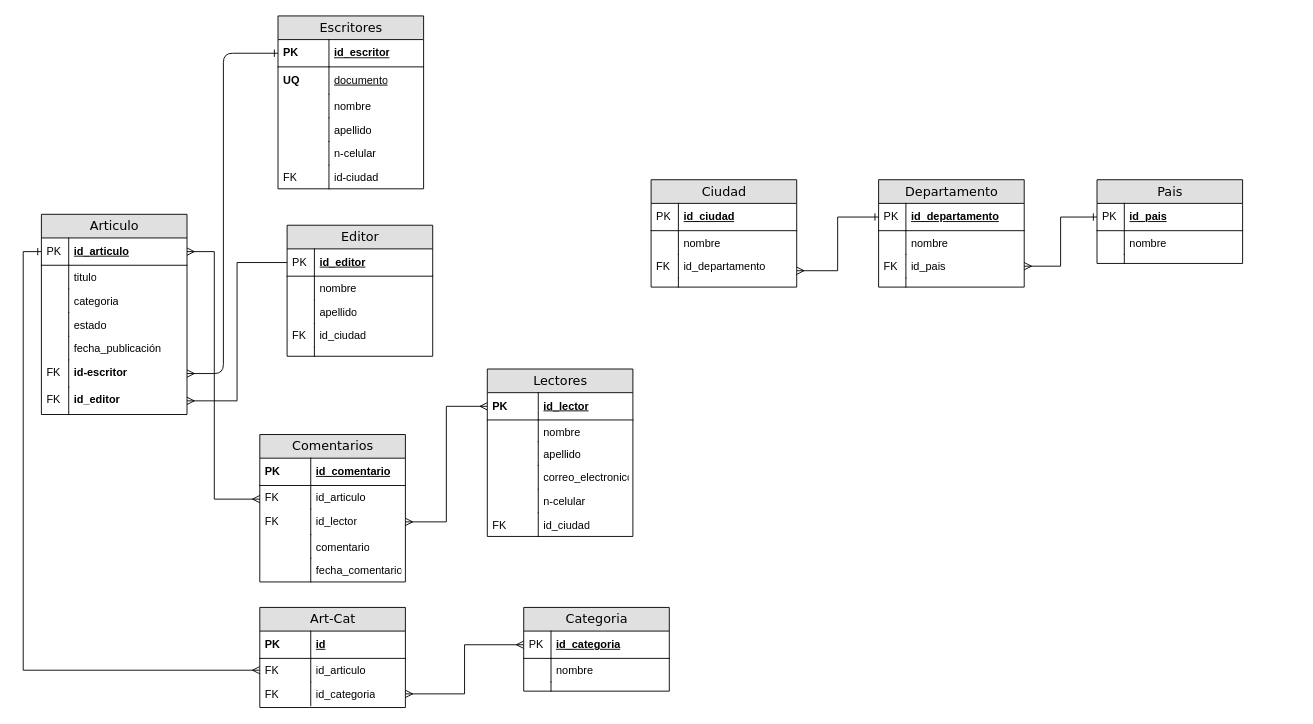
Before: page "Page-1" (1 of 2) of ModeloRelacional2.drawio in Andres-Nicolas/Diagramas, a draw.io diagram. Source tidied: cells renumbered, new cells numbered last; positions are measured from the earlier drawing's top-left corner, leaving out a move shared by most shapes. Both pictures are drawn from the tidied source at 91%, with x=0, y=0 at pixel (41, 15).
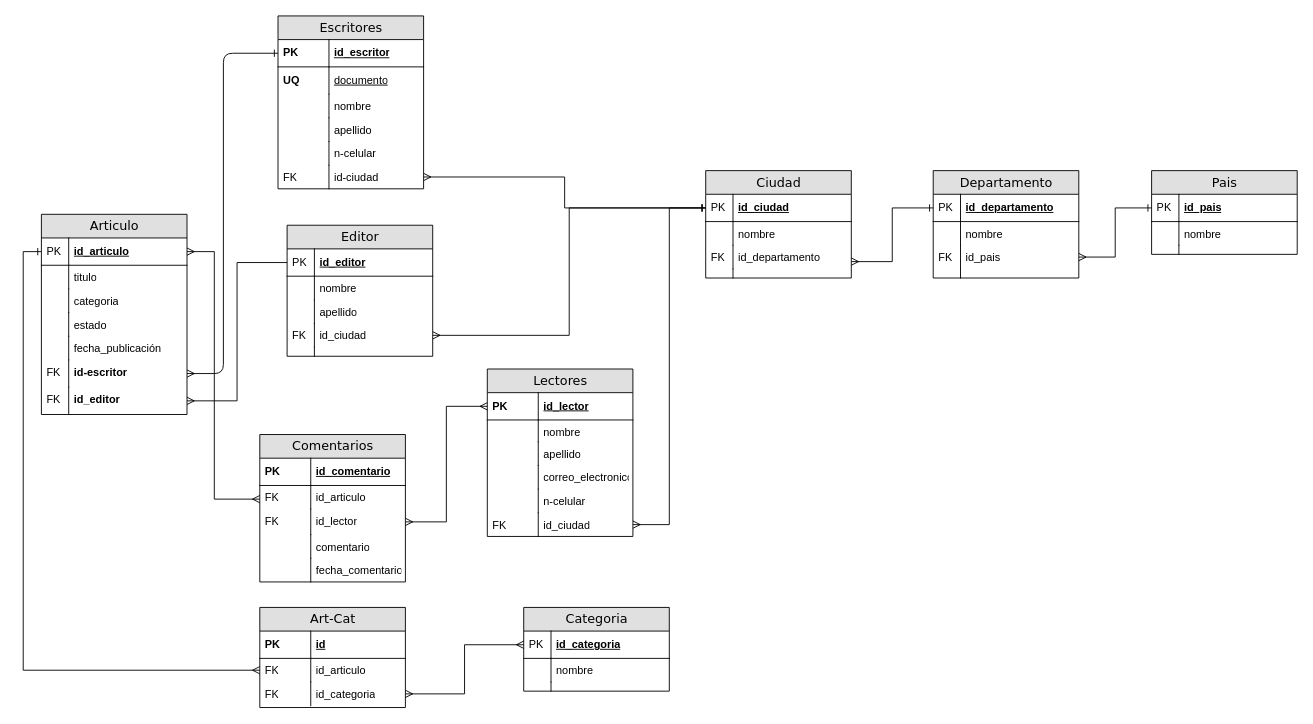
Above is the later version.

The change refers to these unchanged cells:
```xml
<mxCell id="13" value="id-ciudad" style="shape=partialRectangle;top=0;left=0;right=0;bottom=0;html=1;align=left;verticalAlign=top;fillColor=none;spacingLeft=60;spacingRight=4;whiteSpace=wrap;overflow=hidden;points=[[0,0.5],[1,0.5]];portConstraint=eastwest;" parent="2" vertex="1">
  <mxGeometry y="164" width="160" height="26" as="geometry" />
</mxCell>
<mxCell id="29" value="id_ciudad" style="shape=partialRectangle;top=0;left=0;right=0;bottom=0;html=1;align=left;verticalAlign=top;fillColor=none;spacingLeft=34;spacingRight=4;whiteSpace=wrap;overflow=hidden;points=[[0,0.5],[1,0.5]];portConstraint=eastwest;" parent="22" vertex="1">
  <mxGeometry y="108" width="160" height="26" as="geometry" />
</mxCell>
<mxCell id="34" value="id_ciudad" style="shape=partialRectangle;top=0;left=0;right=0;bottom=1;html=1;align=left;verticalAlign=middle;fillColor=none;spacingLeft=34;spacingRight=4;whiteSpace=wrap;overflow=hidden;points=[[0,0.5],[1,0.5]];portConstraint=eastwest;fontStyle=5;" parent="33" vertex="1">
  <mxGeometry y="26" width="160" height="30" as="geometry" />
</mxCell>
<mxCell id="77" value="id_ciudad" style="shape=partialRectangle;top=0;left=0;right=0;bottom=0;html=1;align=left;verticalAlign=top;fillColor=none;spacingLeft=60;spacingRight=4;whiteSpace=wrap;overflow=hidden;points=[[0,0.5],[1,0.5]];portConstraint=eastwest;" parent="66" vertex="1">
  <mxGeometry y="158" width="160" height="26" as="geometry" />
</mxCell>
```

The edit, as a diff of the source:
```diff
@@
     <mxCell id="33" value="Ciudad" style="swimlane;html=1;fontStyle=0;horizontal=1;startSize=26;fillColor=#e0e0e0;swimlaneFillColor=#ffffff;align=center;rounded=0;shadow=0;comic=0;labelBackgroundColor=none;strokeWidth=1;fontFamily=Verdana;fontSize=14;" parent="1" vertex="1">
-      <mxGeometry x="670" y="180" width="160" height="118" as="geometry" />
+      <mxGeometry x="730" y="170" width="160" height="118" as="geometry" />
     </mxCell>
@@
     <mxCell id="94" value="Departamento" style="swimlane;html=1;fontStyle=0;horizontal=1;startSize=26;fillColor=#e0e0e0;swimlaneFillColor=#ffffff;align=center;rounded=0;shadow=0;comic=0;labelBackgroundColor=none;strokeWidth=1;fontFamily=Verdana;fontSize=14;" parent="1" vertex="1">
-      <mxGeometry x="920" y="180" width="160" height="118" as="geometry" />
+      <mxGeometry x="980" y="170" width="160" height="118" as="geometry" />
     </mxCell>
@@
     <mxCell id="104" value="Pais" style="swimlane;html=1;fontStyle=0;horizontal=1;startSize=26;fillColor=#e0e0e0;swimlaneFillColor=#ffffff;align=center;rounded=0;shadow=0;comic=0;labelBackgroundColor=none;strokeWidth=1;fontFamily=Verdana;fontSize=14;" parent="1" vertex="1">
-      <mxGeometry x="1160" y="180" width="160" height="92" as="geometry" />
+      <mxGeometry x="1220" y="170" width="160" height="92" as="geometry" />
     </mxCell>
@@
+    <mxCell id="112" style="edgeStyle=orthogonalEdgeStyle;rounded=0;jettySize=auto;html=1;exitX=0;exitY=0.5;exitDx=0;exitDy=0;entryX=1;entryY=0.5;entryDx=0;entryDy=0;startArrow=ERone;startFill=0;endArrow=ERmany;endFill=0;" parent="1" edge="1" source="34" target="77">
+      <mxGeometry relative="1" as="geometry">
+        <Array as="points">
+          <mxPoint x="690" y="211" />
+          <mxPoint x="690" y="559" />
+        </Array>
+      </mxGeometry>
+    </mxCell>
+    <mxCell id="113" style="edgeStyle=orthogonalEdgeStyle;rounded=0;jettySize=auto;html=1;exitX=0;exitY=0.5;exitDx=0;exitDy=0;startArrow=ERone;startFill=0;endArrow=ERmany;endFill=0;" parent="1" edge="1" source="34" target="13">
+      <mxGeometry relative="1" as="geometry" />
+    </mxCell>
+    <mxCell id="114" style="edgeStyle=orthogonalEdgeStyle;rounded=0;jettySize=auto;html=1;exitX=0;exitY=0.5;exitDx=0;exitDy=0;entryX=1;entryY=0.5;entryDx=0;entryDy=0;startArrow=ERone;startFill=0;endArrow=ERmany;endFill=0;" parent="1" edge="1" source="34" target="29">
+      <mxGeometry relative="1" as="geometry" />
+    </mxCell>
```
